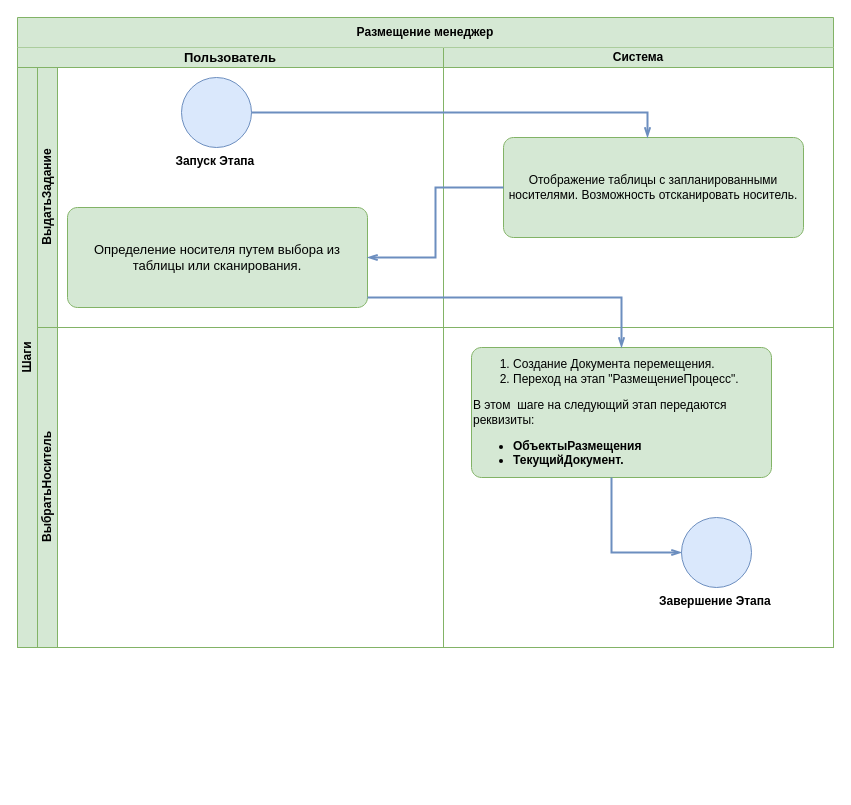
The draw.io diagram mobile-client/terminal-programms/razmeschenie/manager.drawio in flln23/TopLog_Diagrams, before the edit. Source tidied: cells renumbered, new cells numbered last; positions are measured from the earlier drawing's top-left corner, leaving out a move shared by most shapes. Both pictures are drawn from the tidied source at 100%, with x=0, y=0 at pixel (17, 17).
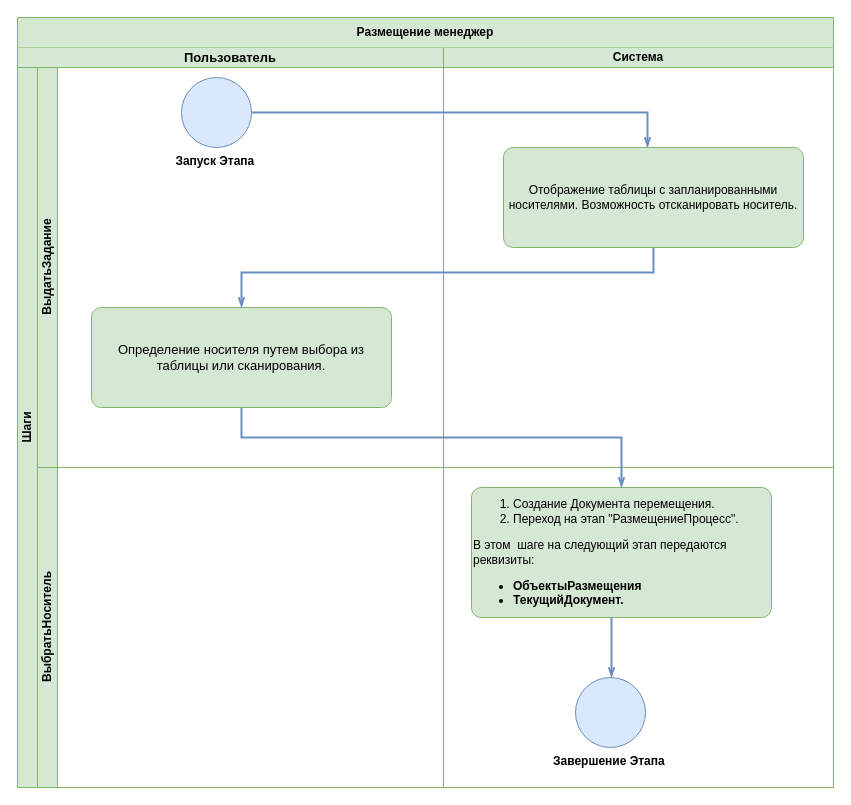
After the change.

What changed in the source:
```diff
@@
     <mxCell id="2" value="Шаги&lt;br&gt;" style="swimlane;html=1;horizontal=0;startSize=20;whiteSpace=wrap;fillColor=#d5e8d4;strokeColor=#82b366;" parent="1" vertex="1">
-      <mxGeometry y="50" width="816" height="580" as="geometry" />
+      <mxGeometry y="50" width="816" height="720" as="geometry" />
     </mxCell>
     <mxCell id="3" value="ВыдатьЗадание&lt;br&gt;" style="swimlane;html=1;startSize=20;horizontal=0;fillColor=#d5e8d4;strokeColor=#82b366;" parent="2" vertex="1">
-      <mxGeometry x="20" width="796" height="260" as="geometry" />
+      <mxGeometry x="20" width="796" height="400" as="geometry" />
     </mxCell>
     <mxCell id="4" value="ВыбратьНоситель" style="swimlane;html=1;startSize=20;horizontal=0;fillColor=#d5e8d4;strokeColor=#82b366;" parent="2" vertex="1">
-      <mxGeometry x="20" y="260" width="796" height="320" as="geometry" />
+      <mxGeometry x="20" y="400" width="796" height="320" as="geometry" />
     </mxCell>
     <mxCell id="5" value="Пользователь" style="swimlane;startSize=20;whiteSpace=wrap;html=1;fillColor=#d5e8d4;strokeColor=#82b366;fontSize=13;" parent="1" vertex="1">
-      <mxGeometry y="30" width="426" height="600" as="geometry" />
+      <mxGeometry y="30" width="426" height="740" as="geometry" />
     </mxCell>
     <mxCell id="6" value="&lt;font style=&quot;font-size: 13px;&quot;&gt;Определение носителя путем выбора из таблицы или сканирования.&lt;/font&gt;" style="points=[[0.25,0,0],[0.5,0,0],[0.75,0,0],[1,0.25,0],[1,0.5,0],[1,0.75,0],[0.75,1,0],[0.5,1,0],[0.25,1,0],[0,0.75,0],[0,0.5,0],[0,0.25,0]];shape=mxgraph.bpmn.task;whiteSpace=wrap;rectStyle=rounded;size=10;html=1;taskMarker=abstract;fillColor=#d5e8d4;strokeColor=#82b366;" parent="5" vertex="1">
-      <mxGeometry x="50" y="160" width="300" height="100" as="geometry" />
+      <mxGeometry x="74" y="260" width="300" height="100" as="geometry" />
     </mxCell>
@@
     <mxCell id="8" value="Система&lt;br&gt;" style="swimlane;startSize=20;whiteSpace=wrap;html=1;fillColor=#d5e8d4;strokeColor=#82b366;" parent="1" vertex="1">
-      <mxGeometry x="426" y="30" width="390" height="600" as="geometry" />
+      <mxGeometry x="426" y="30" width="390" height="740" as="geometry" />
     </mxCell>
     <mxCell id="9" value="Отображение таблицы с запланированными носителями. Возможность отсканировать носитель." style="points=[[0.25,0,0],[0.5,0,0],[0.75,0,0],[1,0.25,0],[1,0.5,0],[1,0.75,0],[0.75,1,0],[0.5,1,0],[0.25,1,0],[0,0.75,0],[0,0.5,0],[0,0.25,0]];shape=mxgraph.bpmn.task;whiteSpace=wrap;rectStyle=rounded;size=10;html=1;taskMarker=abstract;fillColor=#d5e8d4;strokeColor=#82b366;" parent="8" vertex="1">
-      <mxGeometry x="60" y="90" width="300" height="100" as="geometry" />
+      <mxGeometry x="60" y="100" width="300" height="100" as="geometry" />
     </mxCell>
     <mxCell id="10" value="&lt;ol&gt;&lt;li&gt;Создание Документа перемещения.&lt;/li&gt;&lt;li&gt;&lt;span style=&quot;background-color: initial;&quot;&gt;Переход на этап &quot;РазмещениеПроцесс&quot;.&lt;/span&gt;&lt;/li&gt;&lt;/ol&gt;&lt;span style=&quot;background-color: initial;&quot;&gt;&lt;div style=&quot;&quot;&gt;&lt;span style=&quot;background-color: initial;&quot;&gt;В этом&amp;nbsp; шаге на следующий этап передаются реквизиты:&amp;nbsp;&lt;/span&gt;&lt;/div&gt;&lt;div style=&quot;&quot;&gt;&lt;ul&gt;&lt;li&gt;&lt;span style=&quot;background-color: initial;&quot;&gt;&lt;b&gt;ОбъектыРазмещения&lt;/b&gt;&lt;/span&gt;&lt;/li&gt;&lt;li&gt;&lt;span style=&quot;background-color: initial;&quot;&gt;&lt;b&gt;ТекущийДокумент.&amp;nbsp;&lt;/b&gt;&lt;/span&gt;&lt;/li&gt;&lt;/ul&gt;&lt;/div&gt;&lt;/span&gt;" style="points=[[0.25,0,0],[0.5,0,0],[0.75,0,0],[1,0.25,0],[1,0.5,0],[1,0.75,0],[0.75,1,0],[0.5,1,0],[0.25,1,0],[0,0.75,0],[0,0.5,0],[0,0.25,0]];shape=mxgraph.bpmn.task;whiteSpace=wrap;rectStyle=rounded;size=10;html=1;taskMarker=abstract;fillColor=#d5e8d4;strokeColor=#82b366;align=left;" parent="8" vertex="1">
-      <mxGeometry x="28" y="300" width="300" height="130" as="geometry" />
+      <mxGeometry x="28" y="440" width="300" height="130" as="geometry" />
     </mxCell>
     <mxCell id="11" value="Завершение Этапа&amp;nbsp;" style="points=[[0.145,0.145,0],[0.5,0,0],[0.855,0.145,0],[1,0.5,0],[0.855,0.855,0],[0.5,1,0],[0.145,0.855,0],[0,0.5,0]];shape=mxgraph.bpmn.event;html=1;verticalLabelPosition=bottom;labelBackgroundColor=#ffffff;verticalAlign=top;align=center;perimeter=ellipsePerimeter;outlineConnect=0;outline=standard;symbol=general;fillColor=#dae8fc;strokeColor=#6c8ebf;fontStyle=1;" parent="8" vertex="1">
-      <mxGeometry x="238" y="470" width="70" height="70" as="geometry" />
+      <mxGeometry x="132" y="630" width="70" height="70" as="geometry" />
     </mxCell>
-    <mxCell id="12" style="edgeStyle=elbowEdgeStyle;fontSize=12;html=1;endFill=0;startFill=0;endSize=6;startSize=6;endArrow=openThin;startArrow=none;rounded=0;fillColor=#dae8fc;strokeColor=#6c8ebf;entryX=0;entryY=0.5;entryDx=0;entryDy=0;entryPerimeter=0;strokeWidth=2;" parent="8" edge="1" source="10" target="11">
+    <mxCell id="12" style="edgeStyle=elbowEdgeStyle;fontSize=12;html=1;endFill=0;startFill=0;endSize=6;startSize=6;endArrow=openThin;startArrow=none;rounded=0;fillColor=#dae8fc;strokeColor=#6c8ebf;strokeWidth=2;" parent="8" edge="1" source="10">
       <mxGeometry relative="1" as="geometry">
+        <mxPoint x="168" y="630" as="targetPoint" />
         <Array as="points">
           <mxPoint x="168" y="510" />
           <mxPoint x="128" y="480" />
         </Array>
       </mxGeometry>
     </mxCell>
-    <mxCell id="13" style="edgeStyle=elbowEdgeStyle;fontSize=12;html=1;endFill=0;startFill=0;endSize=6;startSize=6;endArrow=openThin;startArrow=none;rounded=0;entryX=1;entryY=0.5;entryDx=0;entryDy=0;entryPerimeter=0;exitX=0;exitY=0.5;exitDx=0;exitDy=0;exitPerimeter=0;fillColor=#dae8fc;strokeColor=#6c8ebf;strokeWidth=2;" parent="1" edge="1" source="9" target="6">
-      <mxGeometry relative="1" as="geometry" />
-    </mxCell>
-    <mxCell id="14" style="edgeStyle=elbowEdgeStyle;fontSize=12;html=1;endFill=0;startFill=0;endSize=6;startSize=6;endArrow=openThin;startArrow=none;rounded=0;entryX=0.5;entryY=0;entryDx=0;entryDy=0;entryPerimeter=0;elbow=vertical;fillColor=#dae8fc;strokeColor=#6c8ebf;strokeWidth=2;" parent="1" edge="1" source="6" target="10">
-      <mxGeometry relative="1" as="geometry">
-        <Array as="points">
-          <mxPoint x="490" y="280" />
-          <mxPoint x="450" y="270" />
-          <mxPoint x="420" y="430" />
-        </Array>
-      </mxGeometry>
-    </mxCell>
+    <mxCell id="18" style="edgeStyle=elbowEdgeStyle;rounded=0;orthogonalLoop=1;jettySize=auto;elbow=vertical;html=1;exitX=0.855;exitY=0.855;exitDx=0;exitDy=0;exitPerimeter=0;strokeWidth=2;fontSize=13;fontColor=#FFFFFF;" parent="8" edge="1" source="11" target="11">
+      <mxGeometry relative="1" as="geometry" />
+    </mxCell>
@@
+    <mxCell id="14" style="edgeStyle=elbowEdgeStyle;fontSize=12;html=1;endFill=0;startFill=0;endSize=6;startSize=6;endArrow=openThin;startArrow=none;rounded=0;strokeWidth=2;fontColor=#FFFFFF;elbow=vertical;entryX=0.5;entryY=0;entryDx=0;entryDy=0;entryPerimeter=0;fillColor=#dae8fc;strokeColor=#6c8ebf;" parent="16" edge="1" source="6" target="10">
+      <mxGeometry relative="1" as="geometry">
+        <Array as="points">
+          <mxPoint x="534" y="420" />
+          <mxPoint x="384" y="430" />
+          <mxPoint x="644" y="365" />
+          <mxPoint x="624" y="365" />
+        </Array>
+      </mxGeometry>
+    </mxCell>
+    <mxCell id="19" style="edgeStyle=elbowEdgeStyle;fontSize=12;html=1;endFill=0;startFill=0;endSize=6;startSize=6;endArrow=openThin;startArrow=none;rounded=0;strokeWidth=2;fontColor=#FFFFFF;elbow=vertical;fillColor=#dae8fc;strokeColor=#6c8ebf;" parent="16" edge="1" source="9">
+      <mxGeometry relative="1" as="geometry">
+        <mxPoint x="224" y="290" as="targetPoint" />
+        <Array as="points">
+          <mxPoint x="1054" y="255" />
+          <mxPoint x="1034" y="255" />
+        </Array>
+      </mxGeometry>
+    </mxCell>
```
